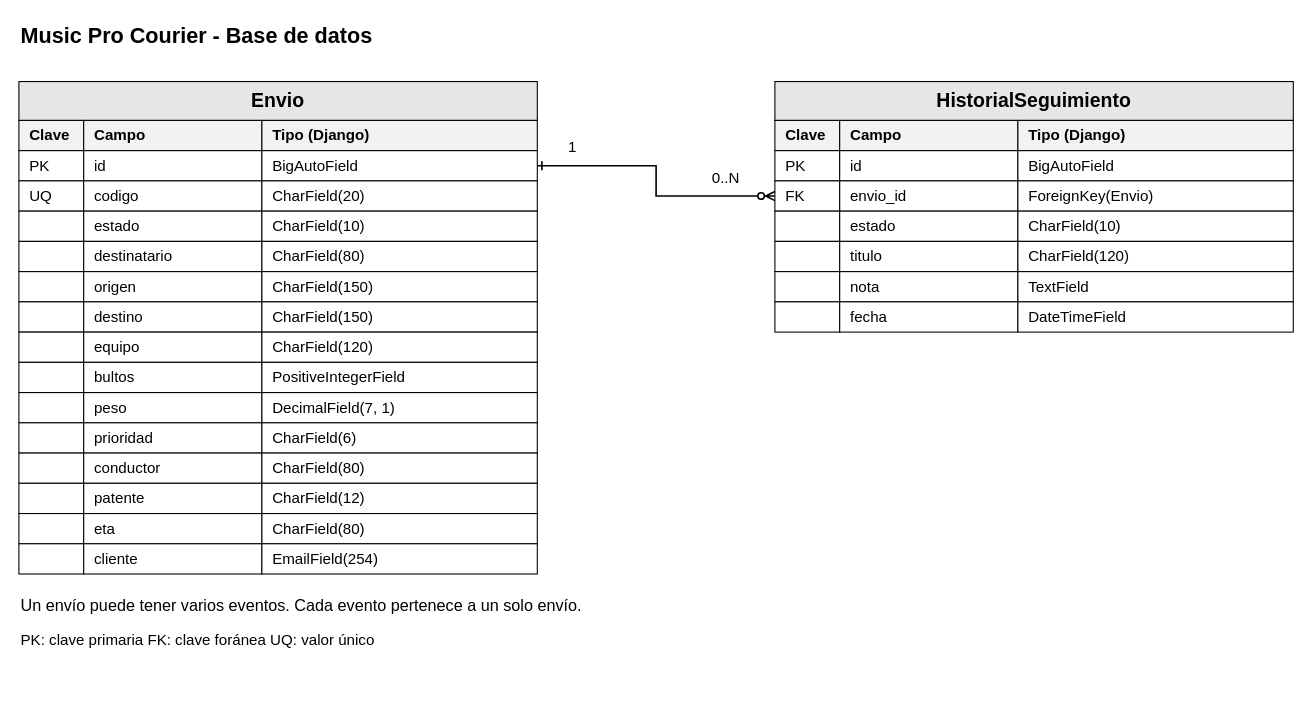
Above: diagrama_base_datos.drawio in benjaminbenjabenjaben-cpu/BackEndd (draw.io), before the change. Source tidied: cells renumbered, new cells numbered last; positions are measured from the earlier drawing's top-left corner, leaving out a move shared by most shapes. Both pictures are drawn from the tidied source at 108%, with x=0, y=0 at pixel (18, 18).
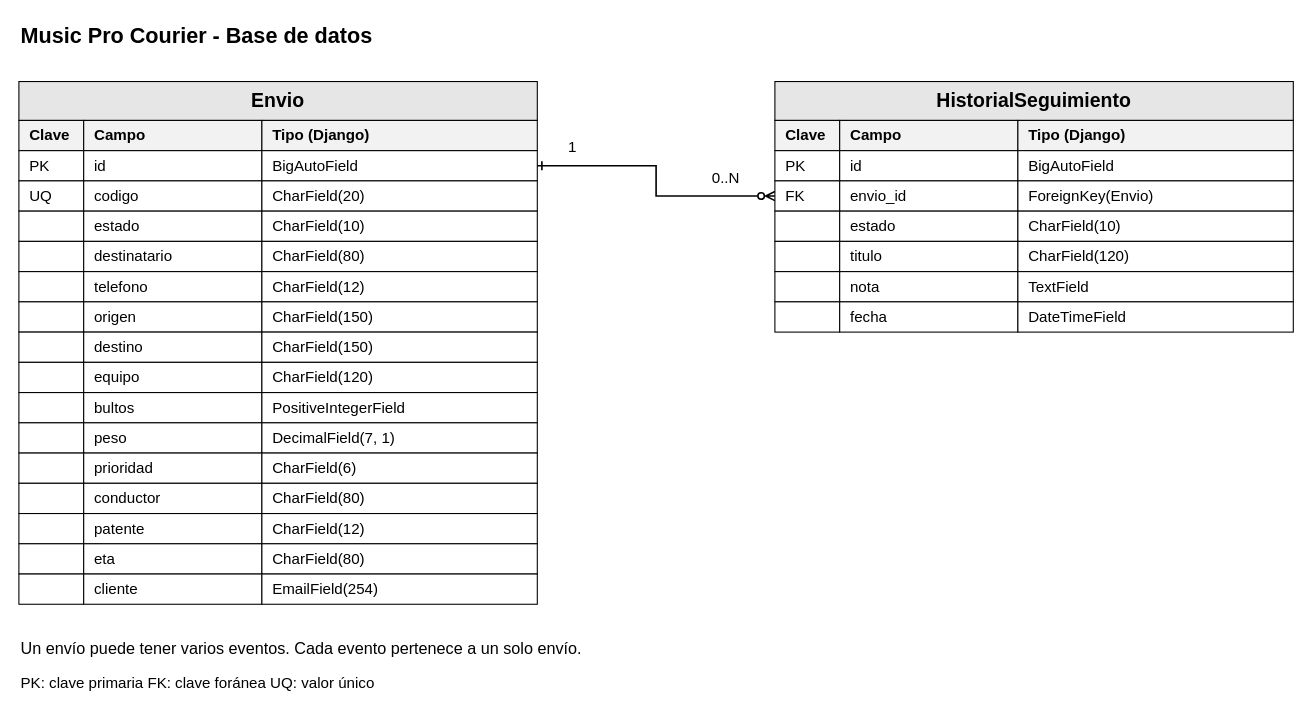
After the change.

Diff of the diagram source:
```diff
@@
     <mxCell id="2" style="group;" parent="1" vertex="1">
-      <mxGeometry y="58" width="480" height="456" as="geometry" />
+      <mxGeometry y="58" width="480" height="484" as="geometry" />
     </mxCell>
@@
+    <mxCell id="100" style="group;" parent="2" vertex="1">
+      <mxGeometry y="176" width="480" height="28" as="geometry" />
+    </mxCell>
+    <mxCell id="101" style="rounded=0;whiteSpace=wrap;html=0;fillColor=white;strokeColor=#000000;fontColor=#000000;fontFamily=Arial;fontSize=14;align=left;spacingLeft=8;fontStyle=0;" parent="100" vertex="1">
+      <mxGeometry width="60" height="28" as="geometry" />
+    </mxCell>
+    <mxCell id="102" value="telefono" style="rounded=0;whiteSpace=wrap;html=0;fillColor=white;strokeColor=#000000;fontColor=#000000;fontFamily=Arial;fontSize=14;align=left;spacingLeft=8;fontStyle=0;" parent="100" vertex="1">
+      <mxGeometry x="60" width="165" height="28" as="geometry" />
+    </mxCell>
+    <mxCell id="103" value="CharField(12)" style="rounded=0;whiteSpace=wrap;html=0;fillColor=white;strokeColor=#000000;fontColor=#000000;fontFamily=Arial;fontSize=14;align=left;spacingLeft=8;fontStyle=0;" parent="100" vertex="1">
+      <mxGeometry x="225" width="255" height="28" as="geometry" />
+    </mxCell>
     <mxCell id="24" style="group;" parent="2" vertex="1">
-      <mxGeometry y="176" width="480" height="28" as="geometry" />
+      <mxGeometry y="204" width="480" height="28" as="geometry" />
     </mxCell>
@@
     <mxCell id="28" style="group;" parent="2" vertex="1">
-      <mxGeometry y="204" width="480" height="28" as="geometry" />
+      <mxGeometry y="232" width="480" height="28" as="geometry" />
     </mxCell>
@@
     <mxCell id="32" style="group;" parent="2" vertex="1">
-      <mxGeometry y="232" width="480" height="28" as="geometry" />
+      <mxGeometry y="260" width="480" height="28" as="geometry" />
     </mxCell>
@@
     <mxCell id="36" style="group;" parent="2" vertex="1">
-      <mxGeometry y="260" width="480" height="28" as="geometry" />
+      <mxGeometry y="288" width="480" height="28" as="geometry" />
     </mxCell>
@@
     <mxCell id="40" style="group;" parent="2" vertex="1">
-      <mxGeometry y="288" width="480" height="28" as="geometry" />
+      <mxGeometry y="316" width="480" height="28" as="geometry" />
     </mxCell>
@@
     <mxCell id="44" style="group;" parent="2" vertex="1">
-      <mxGeometry y="316" width="480" height="28" as="geometry" />
+      <mxGeometry y="344" width="480" height="28" as="geometry" />
     </mxCell>
@@
     <mxCell id="48" style="group;" parent="2" vertex="1">
-      <mxGeometry y="344" width="480" height="28" as="geometry" />
+      <mxGeometry y="372" width="480" height="28" as="geometry" />
     </mxCell>
@@
     <mxCell id="52" style="group;" parent="2" vertex="1">
-      <mxGeometry y="372" width="480" height="28" as="geometry" />
+      <mxGeometry y="400" width="480" height="28" as="geometry" />
     </mxCell>
@@
     <mxCell id="56" style="group;" parent="2" vertex="1">
-      <mxGeometry y="400" width="480" height="28" as="geometry" />
+      <mxGeometry y="428" width="480" height="28" as="geometry" />
     </mxCell>
@@
     <mxCell id="60" style="group;" parent="2" vertex="1">
-      <mxGeometry y="428" width="480" height="28" as="geometry" />
+      <mxGeometry y="456" width="480" height="28" as="geometry" />
     </mxCell>
@@
     <mxCell id="98" value="Un envío puede tener varios eventos. Cada evento pertenece a un solo envío." style="text;html=0;strokeColor=none;fillColor=none;align=left;verticalAlign=middle;fontColor=#000000;fontFamily=Arial;fontSize=15;fontStyle=0;" parent="1" vertex="1">
-      <mxGeometry y="528" width="1150" height="28" as="geometry" />
+      <mxGeometry y="568" width="1150" height="28" as="geometry" />
     </mxCell>
     <mxCell id="99" value="PK: clave primaria     FK: clave foránea     UQ: valor único" style="text;html=0;strokeColor=none;fillColor=none;align=left;verticalAlign=middle;fontColor=#000000;fontFamily=Arial;fontSize=14;fontStyle=0;" parent="1" vertex="1">
-      <mxGeometry y="560" width="1150" height="28" as="geometry" />
+      <mxGeometry y="600" width="1150" height="28" as="geometry" />
     </mxCell>
```
